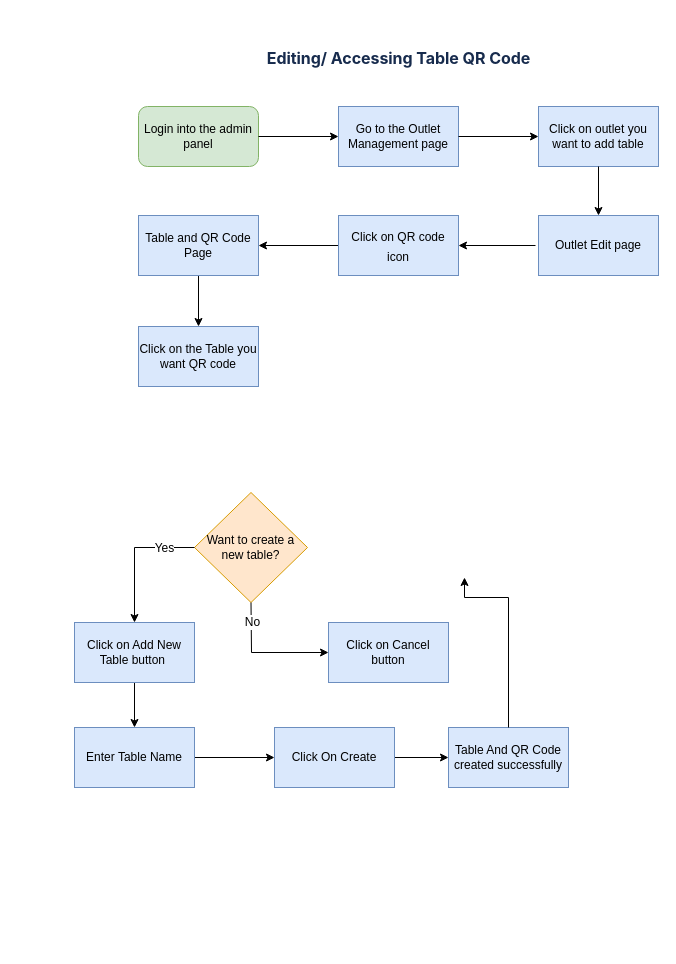
tronixashutrosh/flowCharts keeps this draw.io diagram as page "Page-2" (2 of 2) of Table flow.drawio. Above is the earlier version. Source tidied: cells renumbered, new cells numbered last; positions are measured from the earlier drawing's top-left corner, leaving out a move shared by most shapes. Both pictures are drawn from the tidied source at 100%, with x=0, y=0 at pixel (74, 17).
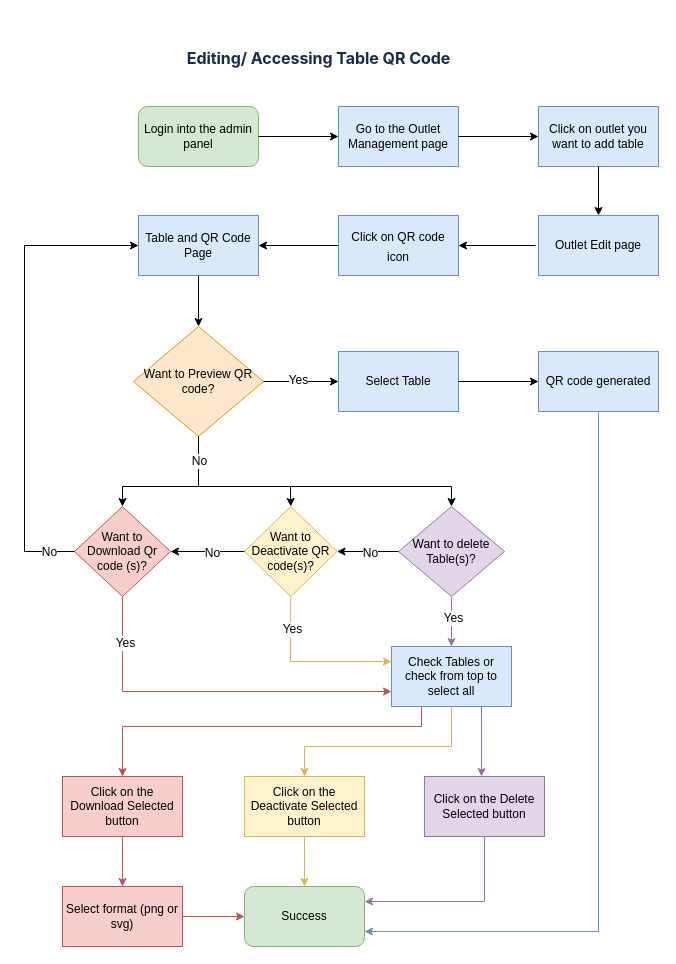
The same diagram, later.

The change refers to these unchanged cells:
```xml
<mxCell id="11" value="Table and QR Code Page" style="whiteSpace=wrap;html=1;fillColor=#dae8fc;strokeColor=#6c8ebf;" parent="1" vertex="1">
  <mxGeometry x="64" y="198" width="120" height="60" as="geometry" />
</mxCell>
```

Diff of the diagram source:
```diff
@@
-    <mxCell id="10" style="edgeStyle=orthogonalEdgeStyle;rounded=0;jettySize=auto;html=1;fontSize=12;" parent="1" edge="1" source="11" target="30">
-      <mxGeometry relative="1" as="geometry" />
-    </mxCell>
@@
     <mxCell id="12" value="&lt;h4 style=&quot;margin: 1.357em 0px 0px; padding: 0px; font-size: 16px; line-height: 1.428; color: rgb(23, 43, 77); letter-spacing: -0.003em; scroll-margin-top: 56px; font-family: -apple-system, &amp;quot;system-ui&amp;quot;, &amp;quot;Segoe UI&amp;quot;, Roboto, Oxygen, Ubuntu, &amp;quot;Fira Sans&amp;quot;, &amp;quot;Droid Sans&amp;quot;, &amp;quot;Helvetica Neue&amp;quot;, sans-serif; text-align: start; background-color: rgb(255, 255, 255);&quot; id=&quot;Creating-a-Table-QR-Code&quot;&gt;Editing/ Accessing Table QR Code&lt;/h4&gt;" style="text;html=1;align=center;verticalAlign=middle;strokeColor=none;fillColor=none;" parent="1" vertex="1">
-      <mxGeometry x="184" width="280" height="60" as="geometry" />
+      <mxGeometry x="104" width="280" height="60" as="geometry" />
     </mxCell>
@@
-    <mxCell id="15" value="Want to create a new table?" style="rhombus;whiteSpace=wrap;html=1;fillColor=#ffe6cc;strokeColor=#d79b00;" parent="1" vertex="1">
-      <mxGeometry x="120" y="475" width="113" height="110" as="geometry" />
+    <mxCell id="15" value="Want to Deactivate QR code(s)?" style="rhombus;whiteSpace=wrap;html=1;fillColor=#fff2cc;strokeColor=#d6b656;" parent="1" vertex="1">
+      <mxGeometry x="170" y="489" width="92.5" height="90" as="geometry" />
     </mxCell>
-    <mxCell id="16" value="Click on Cancel button" style="rounded=0;whiteSpace=wrap;html=1;fontSize=12;fillColor=#dae8fc;strokeColor=#6c8ebf;" parent="1" vertex="1">
-      <mxGeometry x="254" y="605" width="120" height="60" as="geometry" />
-    </mxCell>
-    <mxCell id="17" style="endArrow=classic;html=1;rounded=0;fontSize=12;exitX=0.5;exitY=1;exitDx=0;exitDy=0;entryX=0;entryY=0.5;entryDx=0;entryDy=0;" parent="1" edge="1" source="15" target="16">
-      <mxGeometry relative="1" as="geometry">
-        <Array as="points">
-          <mxPoint x="177" y="635" />
-        </Array>
-      </mxGeometry>
-    </mxCell>
-    <mxCell id="18" value="No" style="edgeLabel;html=1;align=center;verticalAlign=middle;fontSize=12;" parent="17" vertex="1">
-      <mxGeometry x="-0.69" y="1" relative="1" as="geometry" />
-    </mxCell>
-    <mxCell id="19" style="edgeStyle=orthogonalEdgeStyle;rounded=0;jettySize=auto;html=1;fontSize=12;" parent="1" edge="1" source="20" target="24">
-      <mxGeometry relative="1" as="geometry" />
-    </mxCell>
-    <mxCell id="20" value="Click on Add New Table button&amp;nbsp;" style="rounded=0;whiteSpace=wrap;html=1;fontSize=12;fillColor=#dae8fc;strokeColor=#6c8ebf;" parent="1" vertex="1">
-      <mxGeometry y="605" width="120" height="60" as="geometry" />
+    <mxCell id="20" value="Click on the Download Selected button" style="rounded=0;whiteSpace=wrap;html=1;fontSize=12;fillColor=#f8cecc;strokeColor=#b85450;" parent="1" vertex="1">
+      <mxGeometry x="-12" y="759" width="120" height="60" as="geometry" />
     </mxCell>
-    <mxCell id="21" style="endArrow=classic;html=1;rounded=0;fontSize=12;entryX=0.5;entryY=0;entryDx=0;entryDy=0;exitX=0;exitY=0.5;exitDx=0;exitDy=0;" parent="1" edge="1" source="15" target="20">
-      <mxGeometry relative="1" as="geometry">
-        <Array as="points">
-          <mxPoint x="60" y="530" />
-        </Array>
-      </mxGeometry>
-    </mxCell>
-    <mxCell id="22" value="Yes" style="edgeLabel;html=1;align=center;verticalAlign=middle;fontSize=12;" parent="21" vertex="1">
-      <mxGeometry x="-0.54" relative="1" as="geometry" />
-    </mxCell>
-    <mxCell id="23" style="edgeStyle=orthogonalEdgeStyle;rounded=0;jettySize=auto;html=1;fontSize=12;" parent="1" edge="1" source="24" target="26">
-      <mxGeometry relative="1" as="geometry" />
-    </mxCell>
-    <mxCell id="24" value="Enter Table Name" style="whiteSpace=wrap;html=1;fillColor=#dae8fc;strokeColor=#6c8ebf;rounded=0;" parent="1" vertex="1">
-      <mxGeometry y="710" width="120" height="60" as="geometry" />
-    </mxCell>
-    <mxCell id="25" style="edgeStyle=orthogonalEdgeStyle;rounded=0;jettySize=auto;html=1;fontSize=12;" parent="1" edge="1" source="26" target="27">
-      <mxGeometry relative="1" as="geometry" />
-    </mxCell>
-    <mxCell id="26" value="Click On Create" style="whiteSpace=wrap;html=1;fillColor=#dae8fc;strokeColor=#6c8ebf;rounded=0;" parent="1" vertex="1">
-      <mxGeometry x="200" y="710" width="120" height="60" as="geometry" />
-    </mxCell>
-    <mxCell id="27" value="Table And QR Code created successfully" style="whiteSpace=wrap;html=1;fillColor=#dae8fc;strokeColor=#6c8ebf;rounded=0;" parent="1" vertex="1">
-      <mxGeometry x="374" y="710" width="120" height="60" as="geometry" />
-    </mxCell>
-    <mxCell id="28" style="endArrow=classic;html=1;rounded=0;fontSize=12;exitX=0.5;exitY=0;exitDx=0;exitDy=0;" parent="1" edge="1" source="27">
-      <mxGeometry relative="1" as="geometry">
-        <mxPoint x="390" y="560" as="targetPoint" />
-        <Array as="points">
-          <mxPoint x="434" y="580" />
-          <mxPoint x="390" y="580" />
-        </Array>
-      </mxGeometry>
-    </mxCell>
@@
-    <mxCell id="30" value="Click on the Table you want QR code" style="whiteSpace=wrap;html=1;fillColor=#dae8fc;strokeColor=#6c8ebf;" parent="1" vertex="1">
-      <mxGeometry x="64" y="309" width="120" height="60" as="geometry" />
-    </mxCell>
+    <mxCell id="31" value="Want to Download Qr code (s)?" style="rhombus;whiteSpace=wrap;html=1;fillColor=#f8cecc;strokeColor=#b85450;" parent="1" vertex="1">
+      <mxGeometry y="489" width="96" height="90" as="geometry" />
+    </mxCell>
+    <mxCell id="32" value="Select Table" style="whiteSpace=wrap;html=1;fillColor=#dae8fc;strokeColor=#6c8ebf;" parent="1" vertex="1">
+      <mxGeometry x="264" y="334" width="120" height="60" as="geometry" />
+    </mxCell>
+    <mxCell id="33" value="Click on the Deactivate Selected button" style="whiteSpace=wrap;html=1;fillColor=#fff2cc;strokeColor=#d6b656;" parent="1" vertex="1">
+      <mxGeometry x="170" y="759" width="120" height="60" as="geometry" />
+    </mxCell>
+    <mxCell id="34" value="Success" style="rounded=1;whiteSpace=wrap;html=1;fillColor=#d5e8d4;strokeColor=#82b366;" parent="1" vertex="1">
+      <mxGeometry x="170" y="869" width="120" height="60" as="geometry" />
+    </mxCell>
+    <mxCell id="35" value="Select format (png or svg)" style="whiteSpace=wrap;html=1;fillColor=#f8cecc;strokeColor=#b85450;rounded=0;" parent="1" vertex="1">
+      <mxGeometry x="-12" y="869" width="120" height="60" as="geometry" />
+    </mxCell>
+    <mxCell id="36" value="Want to Preview QR code?" style="rhombus;whiteSpace=wrap;html=1;fillColor=#ffe6cc;strokeColor=#d79b00;" parent="1" vertex="1">
+      <mxGeometry x="59" y="309" width="130" height="110" as="geometry" />
+    </mxCell>
+    <mxCell id="37" style="endArrow=classic;html=1;rounded=0;fontSize=12;exitX=0.5;exitY=1;exitDx=0;exitDy=0;" parent="1" edge="1" source="11" target="36">
+      <mxGeometry relative="1" as="geometry" />
+    </mxCell>
+    <mxCell id="38" style="endArrow=classic;html=1;rounded=0;fontSize=12;exitX=1;exitY=0.5;exitDx=0;exitDy=0;entryX=0;entryY=0.5;entryDx=0;entryDy=0;" parent="1" edge="1" source="36" target="32">
+      <mxGeometry relative="1" as="geometry" />
+    </mxCell>
+    <mxCell id="39" value="Yes" style="edgeLabel;html=1;align=center;verticalAlign=middle;fontSize=12;" parent="38" vertex="1">
+      <mxGeometry x="-0.09" y="2" relative="1" as="geometry" />
+    </mxCell>
+    <mxCell id="40" style="endArrow=classic;html=1;rounded=0;fontSize=12;entryX=0.5;entryY=0;entryDx=0;entryDy=0;exitX=0.5;exitY=1;exitDx=0;exitDy=0;" parent="1" edge="1" source="36" target="31">
+      <mxGeometry relative="1" as="geometry">
+        <Array as="points">
+          <mxPoint x="124" y="469" />
+          <mxPoint x="48" y="469" />
+        </Array>
+      </mxGeometry>
+    </mxCell>
+    <mxCell id="41" style="endArrow=classic;html=1;rounded=0;fontSize=12;exitX=0.5;exitY=1;exitDx=0;exitDy=0;entryX=0.5;entryY=0;entryDx=0;entryDy=0;" parent="1" edge="1" source="36" target="15">
+      <mxGeometry relative="1" as="geometry">
+        <Array as="points">
+          <mxPoint x="124" y="469" />
+          <mxPoint x="216" y="469" />
+        </Array>
+      </mxGeometry>
+    </mxCell>
+    <mxCell id="42" value="Want to delete Table(s)?" style="rhombus;whiteSpace=wrap;html=1;rounded=0;shadow=0;glass=0;sketch=0;fontSize=12;fillColor=#e1d5e7;strokeColor=#9673a6;" parent="1" vertex="1">
+      <mxGeometry x="324" y="489" width="106" height="90" as="geometry" />
+    </mxCell>
+    <mxCell id="43" style="endArrow=classic;html=1;rounded=0;fontSize=12;exitX=0.5;exitY=1;exitDx=0;exitDy=0;entryX=0.5;entryY=0;entryDx=0;entryDy=0;" parent="1" edge="1" source="36" target="42">
+      <mxGeometry relative="1" as="geometry">
+        <Array as="points">
+          <mxPoint x="124" y="469" />
+          <mxPoint x="377" y="469" />
+        </Array>
+      </mxGeometry>
+    </mxCell>
+    <mxCell id="44" value="No" style="edgeLabel;html=1;align=center;verticalAlign=middle;fontSize=12;" parent="43" vertex="1">
+      <mxGeometry x="-0.85" relative="1" as="geometry" />
+    </mxCell>
+    <mxCell id="45" style="endArrow=classic;html=1;rounded=0;fontSize=12;entryX=1;entryY=0.5;entryDx=0;entryDy=0;exitX=0;exitY=0.5;exitDx=0;exitDy=0;" parent="1" edge="1" source="42" target="15">
+      <mxGeometry relative="1" as="geometry" />
+    </mxCell>
+    <mxCell id="46" value="No" style="edgeLabel;html=1;align=center;verticalAlign=middle;fontSize=12;" parent="45" vertex="1">
+      <mxGeometry x="-0.07" y="1" relative="1" as="geometry" />
+    </mxCell>
+    <mxCell id="47" style="endArrow=classic;html=1;rounded=0;fontSize=12;exitX=0;exitY=0.5;exitDx=0;exitDy=0;entryX=1;entryY=0.5;entryDx=0;entryDy=0;" parent="1" edge="1" source="15" target="31">
+      <mxGeometry relative="1" as="geometry" />
+    </mxCell>
+    <mxCell id="48" value="No" style="edgeLabel;html=1;align=center;verticalAlign=middle;fontSize=12;" parent="47" vertex="1">
+      <mxGeometry x="-0.11" y="1" relative="1" as="geometry" />
+    </mxCell>
+    <mxCell id="49" style="endArrow=classic;html=1;rounded=0;fontSize=12;exitX=0;exitY=0.5;exitDx=0;exitDy=0;entryX=0;entryY=0.5;entryDx=0;entryDy=0;" parent="1" edge="1" source="31" target="11">
+      <mxGeometry relative="1" as="geometry">
+        <Array as="points">
+          <mxPoint x="-50" y="534" />
+          <mxPoint x="-50" y="228" />
+        </Array>
+      </mxGeometry>
+    </mxCell>
+    <mxCell id="50" value="No" style="edgeLabel;html=1;align=center;verticalAlign=middle;fontSize=12;" parent="49" vertex="1">
+      <mxGeometry x="-0.89" relative="1" as="geometry" />
+    </mxCell>
+    <mxCell id="51" value="Check Tables or check from top to select all" style="whiteSpace=wrap;html=1;fillColor=#dae8fc;strokeColor=#6c8ebf;" parent="1" vertex="1">
+      <mxGeometry x="317" y="629" width="120" height="60" as="geometry" />
+    </mxCell>
+    <mxCell id="52" style="endArrow=classic;html=1;rounded=0;fontSize=12;exitX=0.5;exitY=1;exitDx=0;exitDy=0;entryX=0.5;entryY=0;entryDx=0;entryDy=0;fillColor=#e1d5e7;strokeColor=#9673a6;" parent="1" edge="1" source="42" target="51">
+      <mxGeometry relative="1" as="geometry" />
+    </mxCell>
+    <mxCell id="53" value="Yes" style="edgeLabel;html=1;align=center;verticalAlign=middle;fontSize=12;" parent="52" vertex="1">
+      <mxGeometry x="-0.16" y="1" relative="1" as="geometry" />
+    </mxCell>
+    <mxCell id="54" style="endArrow=classic;html=1;rounded=0;fontSize=12;exitX=0.5;exitY=1;exitDx=0;exitDy=0;entryX=0;entryY=0.75;entryDx=0;entryDy=0;fillColor=#f8cecc;strokeColor=#b85450;" parent="1" edge="1" source="31" target="51">
+      <mxGeometry relative="1" as="geometry">
+        <Array as="points">
+          <mxPoint x="48" y="674" />
+        </Array>
+      </mxGeometry>
+    </mxCell>
+    <mxCell id="55" value="Yes" style="edgeLabel;html=1;align=center;verticalAlign=middle;fontSize=12;" parent="54" vertex="1">
+      <mxGeometry x="-0.75" y="2" relative="1" as="geometry" />
+    </mxCell>
+    <mxCell id="56" style="endArrow=classic;html=1;rounded=0;fontSize=12;exitX=0.5;exitY=1;exitDx=0;exitDy=0;entryX=0;entryY=0.25;entryDx=0;entryDy=0;fillColor=#fff2cc;strokeColor=#d6b656;" parent="1" edge="1" source="15" target="51">
+      <mxGeometry relative="1" as="geometry">
+        <Array as="points">
+          <mxPoint x="216" y="644" />
+        </Array>
+      </mxGeometry>
+    </mxCell>
+    <mxCell id="57" value="Yes" style="edgeLabel;html=1;align=center;verticalAlign=middle;fontSize=12;" parent="56" vertex="1">
+      <mxGeometry x="-0.61" y="1" relative="1" as="geometry" />
+    </mxCell>
+    <mxCell id="58" value="QR code generated" style="rounded=0;whiteSpace=wrap;html=1;shadow=0;glass=0;sketch=0;fontSize=12;fillColor=#dae8fc;strokeColor=#6c8ebf;" parent="1" vertex="1">
+      <mxGeometry x="464" y="334" width="120" height="60" as="geometry" />
+    </mxCell>
+    <mxCell id="59" style="endArrow=classic;html=1;rounded=0;fontSize=12;exitX=1;exitY=0.5;exitDx=0;exitDy=0;entryX=0;entryY=0.5;entryDx=0;entryDy=0;" parent="1" edge="1" source="32" target="58">
+      <mxGeometry relative="1" as="geometry" />
+    </mxCell>
+    <mxCell id="60" style="endArrow=classic;html=1;rounded=0;fontSize=12;exitX=0.5;exitY=1;exitDx=0;exitDy=0;entryX=1;entryY=0.75;entryDx=0;entryDy=0;fillColor=#dae8fc;strokeColor=#6c8ebf;" parent="1" edge="1" source="58" target="34">
+      <mxGeometry relative="1" as="geometry">
+        <Array as="points">
+          <mxPoint x="524" y="914" />
+        </Array>
+      </mxGeometry>
+    </mxCell>
+    <mxCell id="61" style="endArrow=classic;html=1;rounded=0;fontSize=12;exitX=0.5;exitY=1;exitDx=0;exitDy=0;entryX=0.5;entryY=0;entryDx=0;entryDy=0;fillColor=#f8cecc;strokeColor=#b85450;" parent="1" edge="1" source="20" target="35">
+      <mxGeometry relative="1" as="geometry" />
+    </mxCell>
+    <mxCell id="62" style="endArrow=classic;html=1;rounded=0;fontSize=12;exitX=0.5;exitY=1;exitDx=0;exitDy=0;entryX=0.5;entryY=0;entryDx=0;entryDy=0;fillColor=#fff2cc;strokeColor=#d6b656;" parent="1" edge="1" source="51" target="33">
+      <mxGeometry relative="1" as="geometry">
+        <Array as="points">
+          <mxPoint x="377" y="729" />
+          <mxPoint x="230" y="729" />
+        </Array>
+      </mxGeometry>
+    </mxCell>
+    <mxCell id="63" value="Click on the Delete Selected button" style="rounded=0;whiteSpace=wrap;html=1;shadow=0;glass=0;sketch=0;fontSize=12;fillColor=#e1d5e7;strokeColor=#9673a6;" parent="1" vertex="1">
+      <mxGeometry x="350" y="759" width="120" height="60" as="geometry" />
+    </mxCell>
+    <mxCell id="64" style="endArrow=classic;html=1;rounded=0;fontSize=12;exitX=0.75;exitY=1;exitDx=0;exitDy=0;fillColor=#e1d5e7;strokeColor=#9673a6;" parent="1" edge="1" source="51">
+      <mxGeometry relative="1" as="geometry">
+        <mxPoint x="407" y="759" as="targetPoint" />
+      </mxGeometry>
+    </mxCell>
+    <mxCell id="65" style="endArrow=classic;html=1;rounded=0;fontSize=12;exitX=1;exitY=0.5;exitDx=0;exitDy=0;entryX=0;entryY=0.5;entryDx=0;entryDy=0;fillColor=#f8cecc;strokeColor=#b85450;" parent="1" edge="1" source="35" target="34">
+      <mxGeometry relative="1" as="geometry" />
+    </mxCell>
+    <mxCell id="66" style="endArrow=classic;html=1;rounded=0;fontSize=12;exitX=0.5;exitY=1;exitDx=0;exitDy=0;entryX=1;entryY=0.25;entryDx=0;entryDy=0;fillColor=#e1d5e7;strokeColor=#9673a6;" parent="1" edge="1" source="63" target="34">
+      <mxGeometry relative="1" as="geometry">
+        <Array as="points">
+          <mxPoint x="410" y="884" />
+        </Array>
+      </mxGeometry>
+    </mxCell>
+    <mxCell id="67" style="endArrow=classic;html=1;rounded=0;fontSize=12;exitX=0.5;exitY=1;exitDx=0;exitDy=0;fillColor=#fff2cc;strokeColor=#d6b656;" parent="1" edge="1" source="33" target="34">
+      <mxGeometry relative="1" as="geometry" />
+    </mxCell>
+    <mxCell id="68" style="endArrow=classic;html=1;rounded=0;fontSize=12;exitX=0.25;exitY=1;exitDx=0;exitDy=0;entryX=0.5;entryY=0;entryDx=0;entryDy=0;fillColor=#f8cecc;strokeColor=#b85450;" parent="1" edge="1" source="51" target="20">
+      <mxGeometry relative="1" as="geometry">
+        <Array as="points">
+          <mxPoint x="347" y="709" />
+          <mxPoint x="48" y="709" />
+        </Array>
+      </mxGeometry>
+    </mxCell>
```
